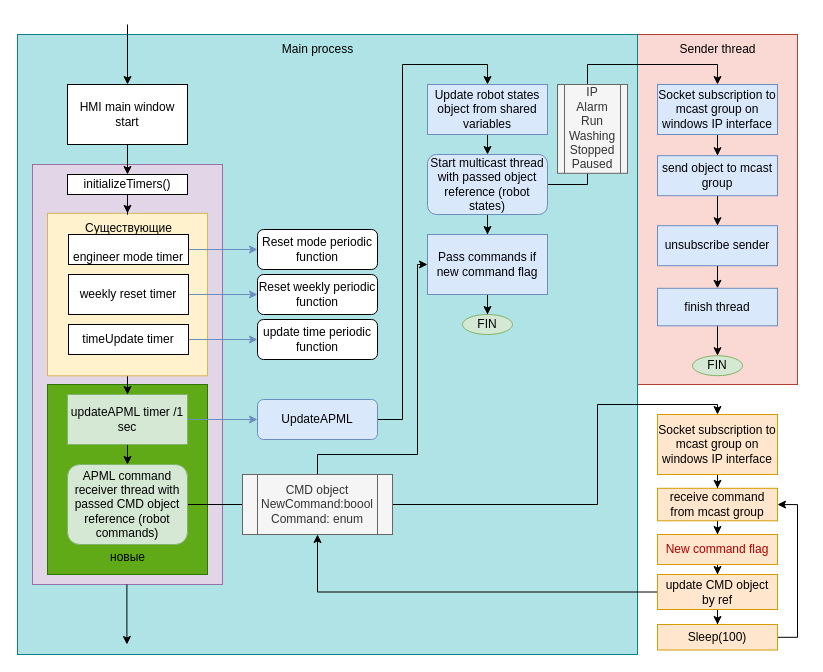
Earlier version of the draw.io diagram page "Network part HMI C#" (3 of 3) of washing.drawio (megavad/Diagrams). Source tidied: cells renumbered, new cells numbered last; positions are measured from the earlier drawing's top-left corner, leaving out a move shared by most shapes. Both pictures are drawn from the tidied source at 100%, with x=0, y=0 at pixel (17, 24).
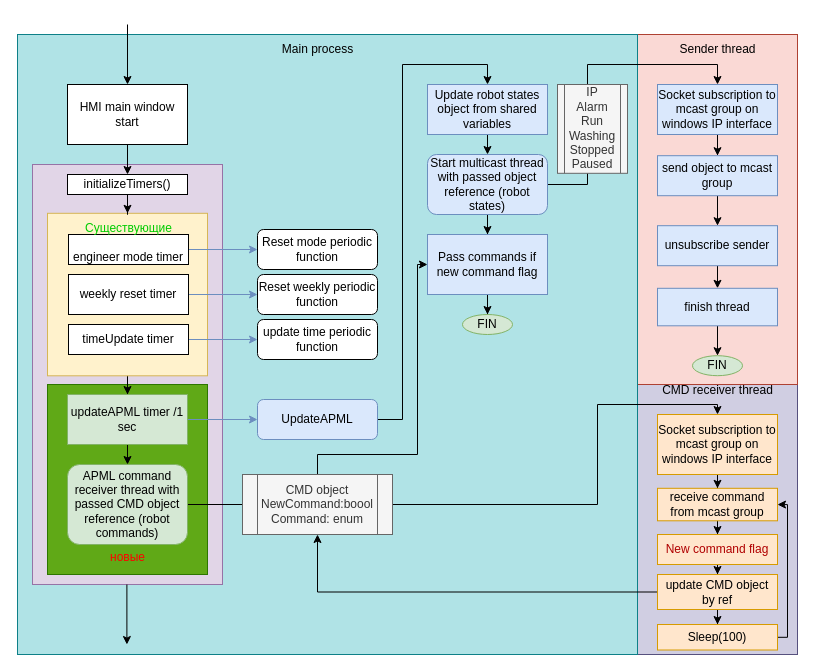
After the change.

The change refers to these unchanged cells:
```xml
<mxCell id="46" value="receive command from mcast group" style="rounded=0;whiteSpace=wrap;html=1;fillColor=#ffe6cc;strokeColor=#d79b00;" parent="1" vertex="1">
  <mxGeometry x="640" y="463.8" width="120" height="32.5" as="geometry" />
</mxCell>
<mxCell id="60" value="Sleep(100)" style="whiteSpace=wrap;html=1;fillColor=#ffe6cc;strokeColor=#d79b00;rounded=0;" parent="1" vertex="1">
  <mxGeometry x="640" y="600" width="120" height="25.5" as="geometry" />
</mxCell>
```

What changed in the source:
```diff
@@
+    <mxCell id="66" style="rounded=0;whiteSpace=wrap;html=1;fillColor=#d0cee2;strokeColor=#56517e;" parent="1" vertex="1">
+      <mxGeometry x="620" y="360" width="160" height="270" as="geometry" />
+    </mxCell>
@@
-    <mxCell id="54" value="Существующие" style="text;html=1;align=center;verticalAlign=middle;strokeColor=none;fillColor=none;" parent="1" vertex="1">
+    <mxCell id="54" value="&lt;span style=&quot;color: rgb(0, 204, 0);&quot;&gt;Существующие&lt;/span&gt;" style="text;html=1;align=center;verticalAlign=middle;strokeColor=none;fillColor=none;" parent="1" vertex="1">
       <mxGeometry x="56" y="188.8" width="110" height="30" as="geometry" />
     </mxCell>
-    <mxCell id="55" value="новые" style="text;html=1;align=center;verticalAlign=middle;strokeColor=none;fillColor=none;" parent="1" vertex="1">
+    <mxCell id="55" value="&lt;span style=&quot;color: rgb(255, 0, 0);&quot;&gt;новые&lt;/span&gt;" style="text;html=1;align=center;verticalAlign=middle;strokeColor=none;fillColor=none;" parent="1" vertex="1">
       <mxGeometry x="80" y="517.5" width="60" height="30" as="geometry" />
     </mxCell>
@@
     <mxCell id="59" style="edgeStyle=orthogonalEdgeStyle;rounded=0;jettySize=auto;html=1;entryX=1;entryY=0.5;entryDx=0;entryDy=0;" parent="1" edge="1" source="60" target="46">
       <mxGeometry relative="1" as="geometry">
         <Array as="points">
-          <mxPoint x="780" y="613" />
-          <mxPoint x="780" y="480" />
+          <mxPoint x="770" y="613" />
+          <mxPoint x="770" y="480" />
         </Array>
       </mxGeometry>
     </mxCell>
@@
+    <mxCell id="67" value="CMD receiver thread" style="text;html=1;align=center;verticalAlign=middle;strokeColor=none;fillColor=none;" parent="1" vertex="1">
+      <mxGeometry x="635" y="351.2" width="130" height="30" as="geometry" />
+    </mxCell>
```
